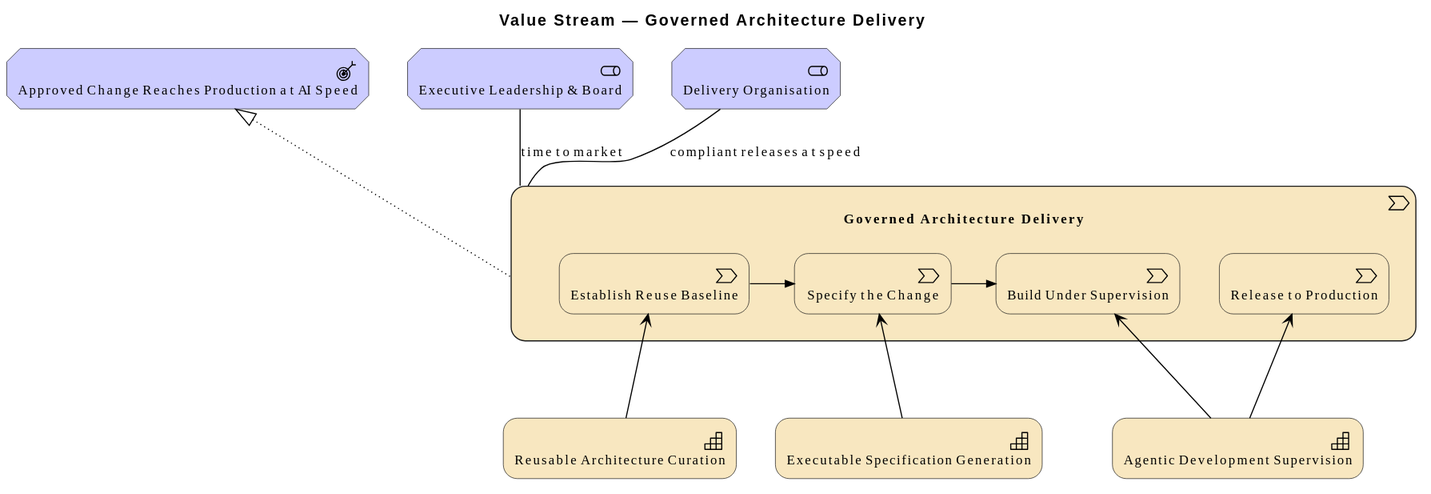
This is architecture/model/diagrams/vision/6a-governed-delivery.svg from wolffy-au/frictionless-architect, a PlantUML export, as it was before one commit. Its diagram source:
```plantuml
@startuml
!include <archimate/Archimate>

title Value Stream — Governed Architecture Delivery

Motivation_Stakeholder(e_id19419ed668d556, "Executive Leadership & Board")
Motivation_Stakeholder(e_idb1fdf098c7c056, "Delivery Organisation")
Motivation_Outcome(e_id3be36e7ab88a59, "Approved Change Reaches Production at AI Speed")
Strategy_Capability(e_idafba1b4ab1e756, "Executable Specification Generation")
Strategy_Capability(e_id4a1c34ab69d151, "Agentic Development Supervision")
Strategy_Capability(e_id752d1de3794f5f, "Reusable Architecture Curation")
Strategy_ValueStream(e_idcd5e1d4017725d, "Governed Architecture Delivery") {
  Strategy_ValueStream(e_id447909387df55c, "Establish Reuse Baseline")
  Strategy_ValueStream(e_id01dab436206551, "Specify the Change")
  Strategy_ValueStream(e_id36fbfe00214758, "Build Under Supervision")
  Strategy_ValueStream(e_idf362f39778065d, "Release to Production")
}

Rel_Association(e_idb1fdf098c7c056, e_idcd5e1d4017725d, "compliant releases at speed")
Rel_Association(e_id19419ed668d556, e_idcd5e1d4017725d, "time to market")
Rel_Realization_Up(e_idcd5e1d4017725d, e_id3be36e7ab88a59, "")
Rel_Serving_Up(e_id752d1de3794f5f, e_id447909387df55c, "")
Rel_Serving_Up(e_idafba1b4ab1e756, e_id01dab436206551, "")
Rel_Serving_Up(e_id4a1c34ab69d151, e_id36fbfe00214758, "")
Rel_Serving_Up(e_id4a1c34ab69d151, e_idf362f39778065d, "")
Rel_Triggering_Right(e_id447909387df55c, e_id01dab436206551, "")
Rel_Triggering_Right(e_id01dab436206551, e_id36fbfe00214758, "")
@enduml
```
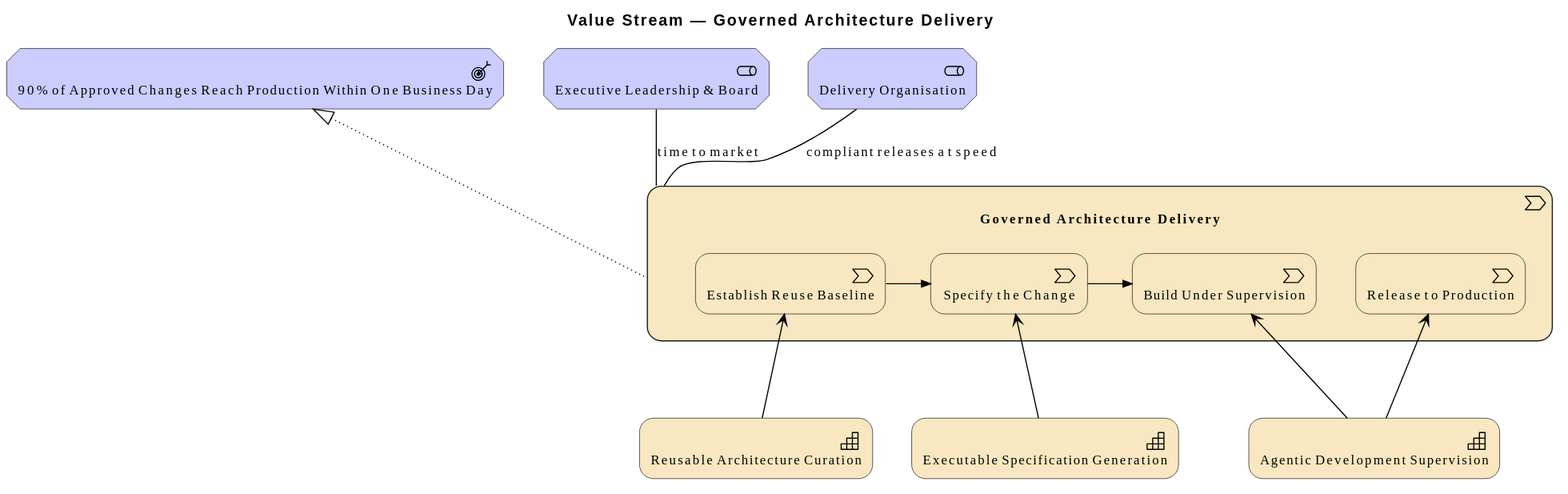
The same file after the commit.

Diff of the diagram source:
```diff
@@ -5,7 +5,7 @@
 
 Motivation_Stakeholder(e_id19419ed668d556, "Executive Leadership & Board")
 Motivation_Stakeholder(e_idb1fdf098c7c056, "Delivery Organisation")
-Motivation_Outcome(e_id3be36e7ab88a59, "Approved Change Reaches Production at AI Speed")
+Motivation_Outcome(e_idd3d97949409b5a, "90% of Approved Changes Reach Production Within One Business Day")
 Strategy_Capability(e_idafba1b4ab1e756, "Executable Specification Generation")
 Strategy_Capability(e_id4a1c34ab69d151, "Agentic Development Supervision")
 Strategy_Capability(e_id752d1de3794f5f, "Reusable Architecture Curation")
@@ -18,7 +18,7 @@
 
 Rel_Association(e_idb1fdf098c7c056, e_idcd5e1d4017725d, "compliant releases at speed")
 Rel_Association(e_id19419ed668d556, e_idcd5e1d4017725d, "time to market")
-Rel_Realization_Up(e_idcd5e1d4017725d, e_id3be36e7ab88a59, "")
+Rel_Realization_Up(e_idcd5e1d4017725d, e_idd3d97949409b5a, "")
 Rel_Serving_Up(e_id752d1de3794f5f, e_id447909387df55c, "")
 Rel_Serving_Up(e_idafba1b4ab1e756, e_id01dab436206551, "")
 Rel_Serving_Up(e_id4a1c34ab69d151, e_id36fbfe00214758, "")
```
